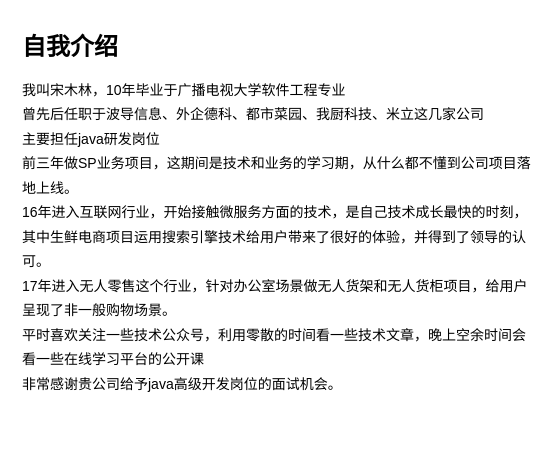
This is myself.drawio from songmulin/Diagram, a draw.io file, before an edit. Source tidied: cells renumbered, new cells numbered last; positions are measured from the earlier drawing's top-left corner, leaving out a move shared by most shapes. Both pictures are drawn from the tidied source at 100%, with x=0, y=0 at pixel (17, 27).
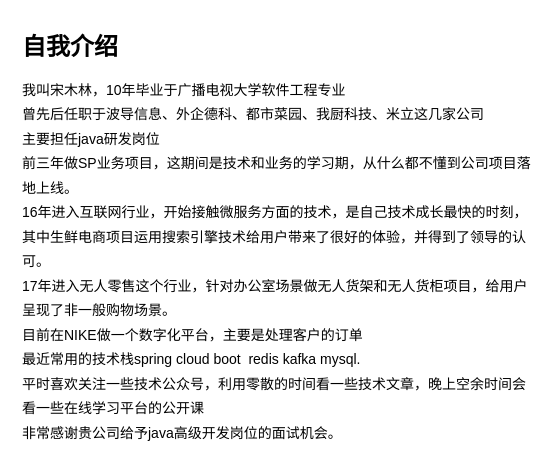
After the change.

Change to the diagram source:
```diff
@@
 <mxGraphModel>
   <root>
     <mxCell id="0" />
     <mxCell id="1" parent="0" />
-    <mxCell id="2" value="&lt;h1&gt;自我介绍&lt;/h1&gt;&lt;div style=&quot;line-height: 1.75 ; font-size: 14px&quot;&gt;我叫宋木林，10年毕业于广播电视大学软件工程专业&lt;/div&gt;&lt;div style=&quot;line-height: 1.75 ; font-size: 14px&quot;&gt;曾先后任职于波导信息、外企德科、都市菜园、我厨科技、米立这几家公司&lt;/div&gt;&lt;div style=&quot;line-height: 1.75 ; font-size: 14px&quot;&gt;主要担任java研发岗位&lt;/div&gt;&lt;div style=&quot;line-height: 1.75 ; font-size: 14px&quot;&gt;前三年做SP业务项目，这期间是技术和业务的学习期，从什么都不懂到公司项目落地上线。&lt;/div&gt;&lt;div style=&quot;line-height: 1.75 ; font-size: 14px&quot;&gt;16年进入互联网行业，开始接触微服务方面的技术，是自己技术成长最快的时刻，&lt;/div&gt;&lt;div style=&quot;line-height: 1.75 ; font-size: 14px&quot;&gt;其中生鲜电商项目运用搜索引擎技术给用户带来了很好的体验，并得到了领导的认可。&lt;/div&gt;&lt;div style=&quot;line-height: 1.75 ; font-size: 14px&quot;&gt;17年进入无人零售这个行业，针对办公室场景做无人货架和无人货柜项目，给用户呈现了非一般购物场景。&lt;/div&gt;&lt;div style=&quot;line-height: 1.75 ; font-size: 14px&quot;&gt;平时喜欢关注一些技术公众号，利用零散的时间看一些技术文章，晚上空余时间会看一些在线学习平台的公开课&lt;/div&gt;&lt;div style=&quot;line-height: 1.75 ; font-size: 14px&quot;&gt;非常感谢贵公司给予java高级开发岗位的面试机会。&lt;/div&gt;" style="text;html=1;strokeColor=none;fillColor=none;spacing=5;spacingTop=-20;whiteSpace=wrap;overflow=hidden;rounded=0;" parent="1" vertex="1">
+    <mxCell id="2" value="&lt;h1&gt;自我介绍&lt;/h1&gt;&lt;div style=&quot;line-height: 1.75 ; font-size: 14px&quot;&gt;我叫宋木林，10年毕业于广播电视大学软件工程专业&lt;/div&gt;&lt;div style=&quot;line-height: 1.75 ; font-size: 14px&quot;&gt;曾先后任职于波导信息、外企德科、都市菜园、我厨科技、米立这几家公司&lt;/div&gt;&lt;div style=&quot;line-height: 1.75 ; font-size: 14px&quot;&gt;主要担任java研发岗位&lt;/div&gt;&lt;div style=&quot;line-height: 1.75 ; font-size: 14px&quot;&gt;前三年做SP业务项目，这期间是技术和业务的学习期，从什么都不懂到公司项目落地上线。&lt;/div&gt;&lt;div style=&quot;line-height: 1.75 ; font-size: 14px&quot;&gt;16年进入互联网行业，开始接触微服务方面的技术，是自己技术成长最快的时刻，&lt;/div&gt;&lt;div style=&quot;line-height: 1.75 ; font-size: 14px&quot;&gt;其中生鲜电商项目运用搜索引擎技术给用户带来了很好的体验，并得到了领导的认可。&lt;/div&gt;&lt;div style=&quot;line-height: 1.75 ; font-size: 14px&quot;&gt;17年进入无人零售这个行业，针对办公室场景做无人货架和无人货柜项目，给用户呈现了非一般购物场景。&lt;/div&gt;&lt;div style=&quot;line-height: 1.75 ; font-size: 14px&quot;&gt;目前在NIKE做一个数字化平台，主要是处理客户的订单&lt;/div&gt;&lt;div style=&quot;line-height: 1.75 ; font-size: 14px&quot;&gt;最近常用的技术栈spring cloud boot&amp;nbsp; redis kafka mysql.&lt;/div&gt;&lt;div style=&quot;line-height: 1.75 ; font-size: 14px&quot;&gt;平时喜欢关注一些技术公众号，利用零散的时间看一些技术文章，晚上空余时间会看一些在线学习平台的公开课&lt;/div&gt;&lt;div style=&quot;line-height: 1.75 ; font-size: 14px&quot;&gt;非常感谢贵公司给予java高级开发岗位的面试机会。&lt;/div&gt;" style="text;html=1;strokeColor=none;fillColor=none;spacing=5;spacingTop=-20;whiteSpace=wrap;overflow=hidden;rounded=0;" parent="1" vertex="1">
       <mxGeometry width="520" height="420" as="geometry" />
     </mxCell>
   </root>
 </mxGraphModel>
```
